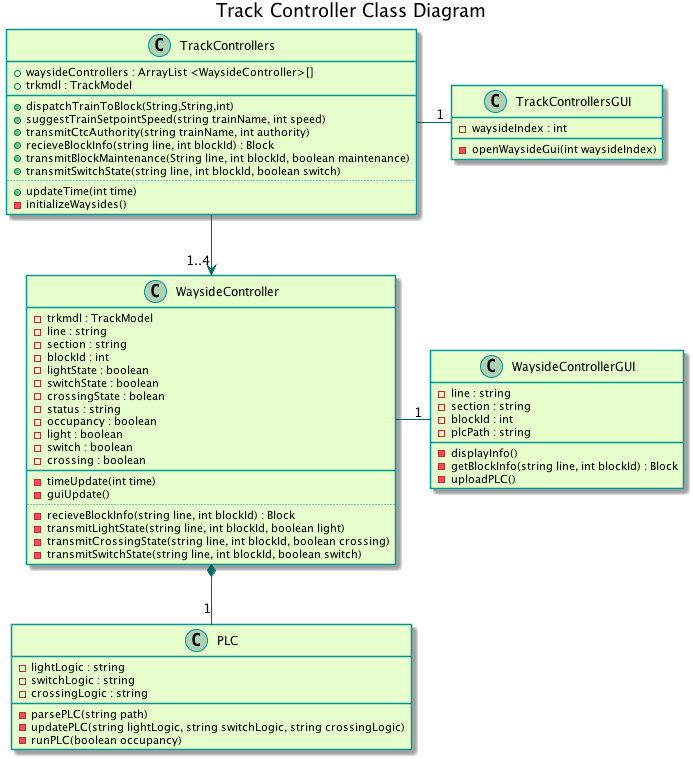
This is TrainSystem/yUML/Class Diagrams/TrackControllerClassDiagram.png from kevingilboy/COE1186, a PlantUML export, as it was before one commit.
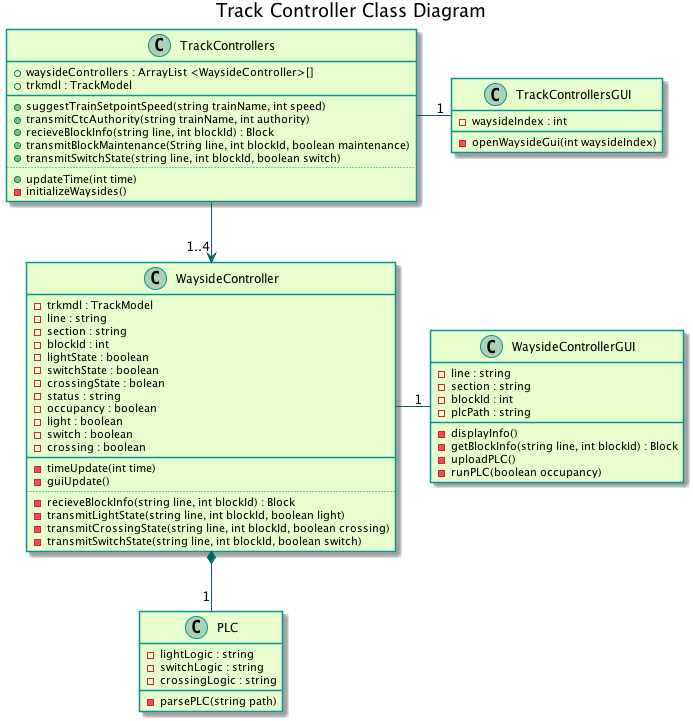
The same diagram one commit later.

Commit message:
add final touches as of now

The edit, as a diff of the source:
```diff
@@ -10,7 +10,6 @@
 	{field} + waysideControllers : ArrayList <WaysideController>[]
 	{field} + trkmdl : TrackModel
 	__
-    {method} + dispatchTrainToBlock(String,String,int)
 	{method} + suggestTrainSetpointSpeed(string trainName, int speed)
 	{method} + transmitCtcAuthority(string trainName, int authority)
 	{method} + recieveBlockInfo(string line, int blockId) : Block
@@ -59,6 +58,7 @@
 	{method} - displayInfo()
 	{method} - getBlockInfo(string line, int blockId) : Block
 	{method} - uploadPLC()
+	{method} - runPLC(boolean occupancy)
 }
 
 class PLC {
@@ -67,8 +67,6 @@
 	{field} - crossingLogic : string
 	__
 	{method} - parsePLC(string path)
-	{method} - updatePLC(string lightLogic, string switchLogic, string crossingLogic)
-	{method} - runPLC(boolean occupancy)
 }
 
 TrackControllers -down-> "1..4" WaysideController
```
